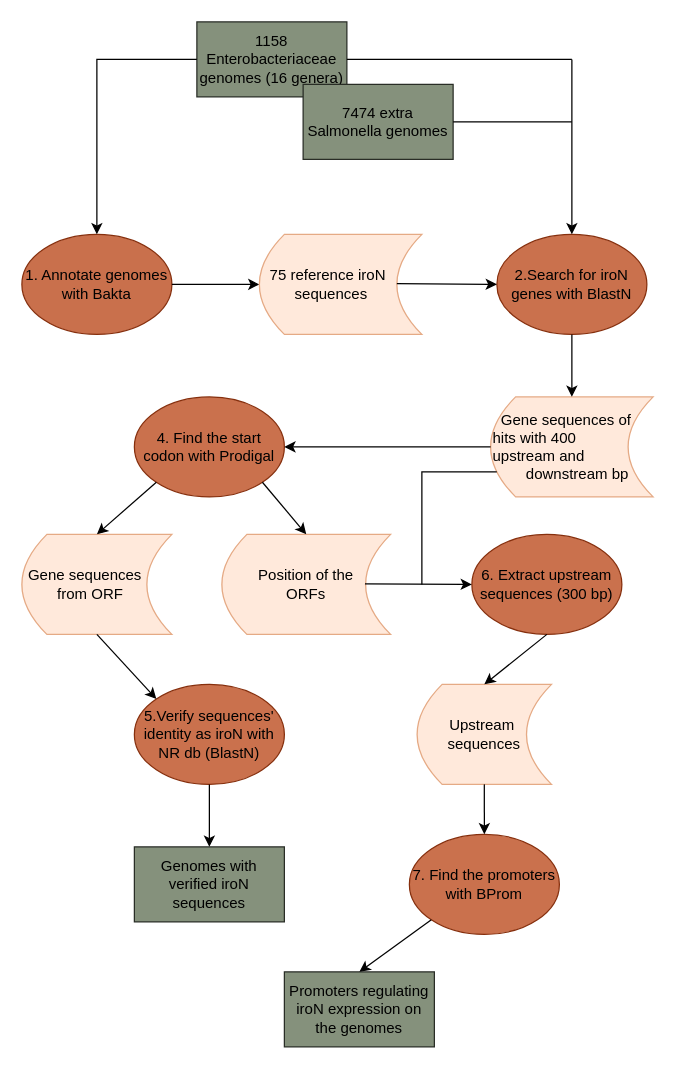
Before: IroN-project.drawio in Eugenio-Molphe/IroN-project, a draw.io diagram. Source tidied: cells renumbered, new cells numbered last; positions are measured from the earlier drawing's top-left corner, leaving out a move shared by most shapes. Both pictures are drawn from the tidied source at 125%, with x=0, y=0 at pixel (21, 21).
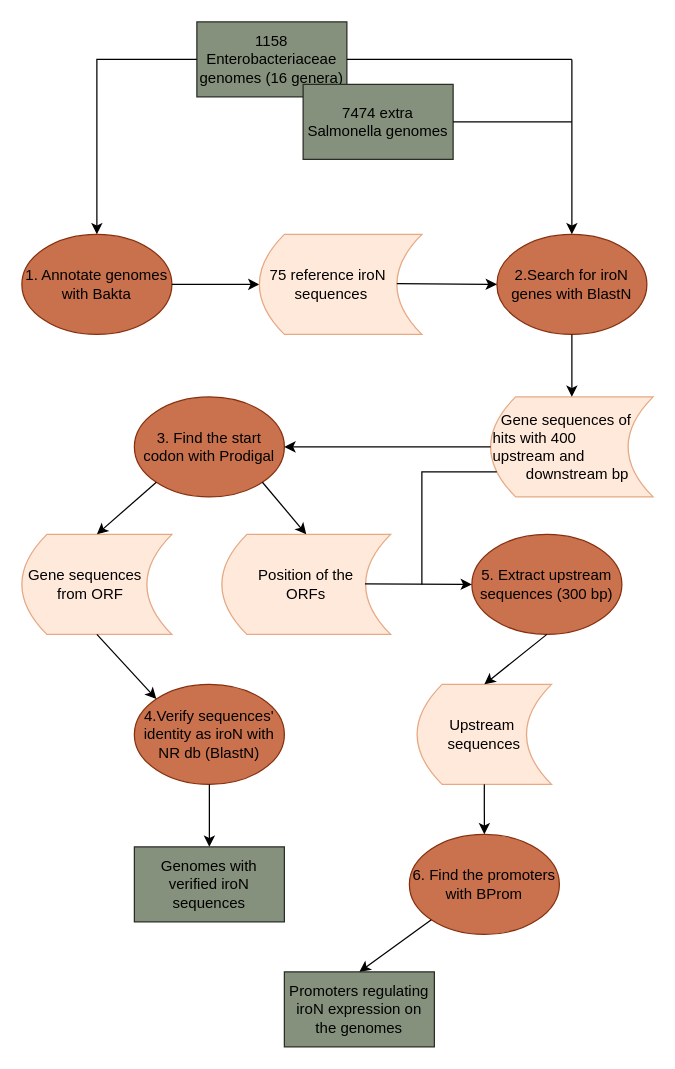
The same diagram, later.

Change to the diagram source:
```diff
@@
-    <mxCell id="4" value="7. Find the promoters with BProm" style="ellipse;whiteSpace=wrap;html=1;fillColor=#CA714D;strokeColor=#862F0D;" parent="1" vertex="1">
+    <mxCell id="4" value="6. Find the promoters with BProm" style="ellipse;whiteSpace=wrap;html=1;fillColor=#CA714D;strokeColor=#862F0D;" parent="1" vertex="1">
       <mxGeometry x="310" y="650" width="120" height="80" as="geometry" />
     </mxCell>
@@
-    <mxCell id="14" value="4. Find the start codon with Prodigal" style="ellipse;whiteSpace=wrap;html=1;fillColor=#CA714D;strokeColor=#862F0D;" parent="1" vertex="1">
+    <mxCell id="14" value="3. Find the start codon with Prodigal" style="ellipse;whiteSpace=wrap;html=1;fillColor=#CA714D;strokeColor=#862F0D;" parent="1" vertex="1">
       <mxGeometry x="90" y="300" width="120" height="80" as="geometry" />
     </mxCell>
@@
-    <mxCell id="18" value="5.Verify sequences' identity as iroN with NR db (BlastN)" style="ellipse;whiteSpace=wrap;html=1;fillColor=#CA714D;strokeColor=#862F0D;" parent="1" vertex="1">
+    <mxCell id="18" value="4.Verify sequences' identity as iroN with NR db (BlastN)" style="ellipse;whiteSpace=wrap;html=1;fillColor=#CA714D;strokeColor=#862F0D;" parent="1" vertex="1">
       <mxGeometry x="90" y="530" width="120" height="80" as="geometry" />
     </mxCell>
@@
-    <mxCell id="20" value="6. Extract upstream sequences (300 bp)" style="ellipse;whiteSpace=wrap;html=1;fillColor=#CA714D;strokeColor=#862F0D;" parent="1" vertex="1">
+    <mxCell id="20" value="5. Extract upstream sequences (300 bp)" style="ellipse;whiteSpace=wrap;html=1;fillColor=#CA714D;strokeColor=#862F0D;" parent="1" vertex="1">
       <mxGeometry x="360" y="410" width="120" height="80" as="geometry" />
     </mxCell>
```
